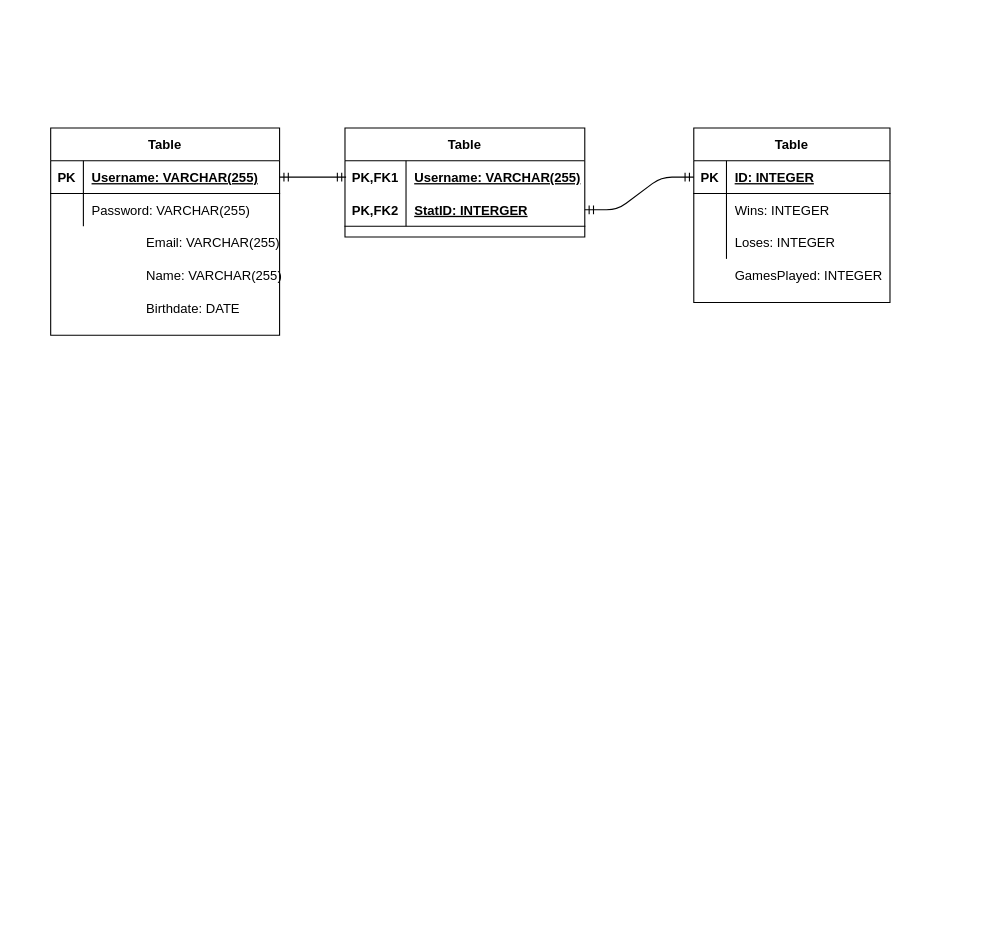
Before: Dokumentation/RDS-Diagram.drawio in MarcusBou/KortKlubben, a draw.io diagram. Source tidied: cells renumbered, new cells numbered last; positions are measured from the earlier drawing's top-left corner, leaving out a move shared by most shapes. Both pictures are drawn from the tidied source at 109%, with x=0, y=0 at pixel (50, 128).
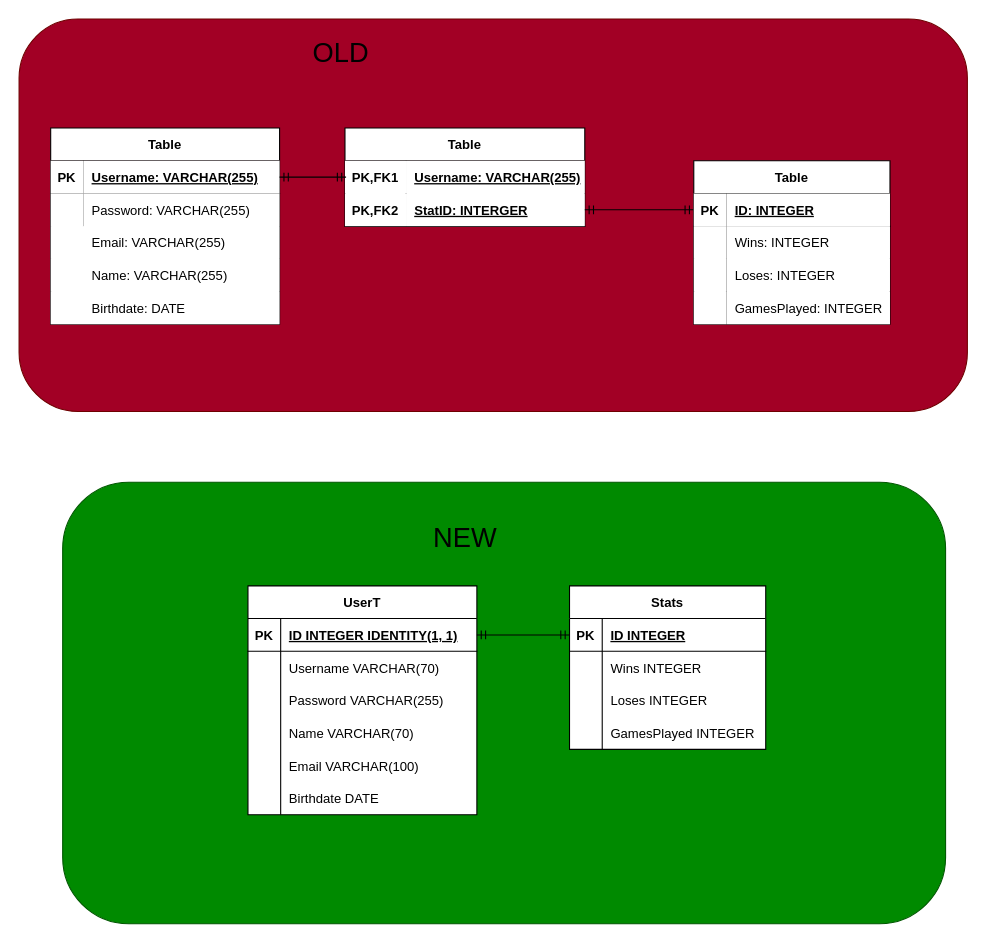
The same page after the edit.

The change refers to these unchanged cells:
```xml
<mxCell id="13" style="shape=partialRectangle;fillColor=none;top=0;left=0;bottom=1;right=0;points=[[0,0.5],[1,0.5]];portConstraint=eastwest;" parent="12" vertex="1">
  <mxGeometry y="30" width="210" height="30" as="geometry" />
</mxCell>
<mxCell id="16" style="shape=partialRectangle;fillColor=none;top=0;left=0;bottom=0;right=0;" parent="12" vertex="1">
  <mxGeometry y="60" width="210" height="30" as="geometry" />
</mxCell>
<mxCell id="20" style="shape=partialRectangle;fillColor=none;top=0;left=0;bottom=0;right=0;" parent="19" vertex="1">
  <mxGeometry y="30" width="220" height="30" as="geometry" />
</mxCell>
<mxCell id="23" style="shape=partialRectangle;fillColor=none;top=0;left=0;bottom=1;right=0;points=[[0,0.5],[1,0.5]];portConstraint=eastwest;" parent="19" vertex="1">
  <mxGeometry y="60" width="220" height="30" as="geometry" />
</mxCell>
```

Change to the diagram source:
```diff
@@
-    <mxCell id="2" value="Table" style="shape=table;startSize=30;childLayout=tableLayout;rowLines=0;fontStyle=1;align=center;" parent="1" vertex="1">
-      <mxGeometry x="590" width="180" height="160" as="geometry" />
-    </mxCell>
-    <mxCell id="3" style="shape=partialRectangle;fillColor=none;top=0;left=0;bottom=1;right=0;points=[[0,0.5],[1,0.5]];portConstraint=eastwest;" parent="2" vertex="1">
-      <mxGeometry y="30" width="180" height="30" as="geometry" />
-    </mxCell>
-    <mxCell id="4" value="PK" style="shape=partialRectangle;fillColor=none;top=0;left=0;bottom=0;right=0;fontStyle=1;overflow=hidden;" parent="3" vertex="1">
-      <mxGeometry width="30" height="30" as="geometry" />
-    </mxCell>
-    <mxCell id="5" value="ID: INTEGER" style="shape=partialRectangle;fillColor=none;top=0;left=0;bottom=0;right=0;align=left;spacingLeft=6;fontStyle=5;overflow=hidden;" parent="3" vertex="1">
-      <mxGeometry x="30" width="150" height="30" as="geometry" />
-    </mxCell>
-    <mxCell id="6" style="shape=partialRectangle;fillColor=none;top=0;left=0;bottom=0;right=0;" parent="2" vertex="1">
-      <mxGeometry y="60" width="180" height="30" as="geometry" />
-    </mxCell>
-    <mxCell id="7" style="shape=partialRectangle;fillColor=none;top=0;left=0;bottom=0;right=0;overflow=hidden;" parent="6" vertex="1">
-      <mxGeometry width="30" height="30" as="geometry" />
-    </mxCell>
-    <mxCell id="8" value="Wins: INTEGER" style="shape=partialRectangle;fillColor=none;top=0;left=0;bottom=0;right=0;align=left;spacingLeft=6;overflow=hidden;" parent="6" vertex="1">
-      <mxGeometry x="30" width="150" height="30" as="geometry" />
-    </mxCell>
-    <mxCell id="9" style="shape=partialRectangle;fillColor=none;top=0;left=0;bottom=0;right=0;" parent="2" vertex="1">
-      <mxGeometry y="90" width="180" height="30" as="geometry" />
-    </mxCell>
-    <mxCell id="10" style="shape=partialRectangle;fillColor=none;top=0;left=0;bottom=0;right=0;overflow=hidden;" parent="9" vertex="1">
-      <mxGeometry width="30" height="30" as="geometry" />
-    </mxCell>
-    <mxCell id="11" value="Loses: INTEGER" style="shape=partialRectangle;fillColor=none;top=0;left=0;bottom=0;right=0;align=left;spacingLeft=6;overflow=hidden;" parent="9" vertex="1">
-      <mxGeometry x="30" width="150" height="30" as="geometry" />
-    </mxCell>
+    <mxCell id="39" style="rounded=1;whiteSpace=wrap;html=1;fontSize=25;fillColor=#008a00;fontColor=#ffffff;strokeColor=#005700;" parent="1" vertex="1">
+      <mxGeometry x="11" y="325" width="810" height="405" as="geometry" />
+    </mxCell>
+    <mxCell id="40" style="rounded=1;whiteSpace=wrap;html=1;fillColor=#a20025;fontColor=#ffffff;strokeColor=#6F0000;" parent="1" vertex="1">
+      <mxGeometry x="-29" y="-100" width="870" height="360" as="geometry" />
+    </mxCell>
-    <mxCell id="12" value="Table" style="shape=table;startSize=30;childLayout=tableLayout;rowLines=0;fontStyle=1;align=center;" parent="1" vertex="1">
-      <mxGeometry width="210" height="190" as="geometry" />
+    <mxCell id="12" value="Table" style="shape=table;startSize=30;childLayout=tableLayout;rowLines=0;fontStyle=1;align=center;swimlaneFillColor=default;" parent="1" vertex="1">
+      <mxGeometry width="210" height="180" as="geometry" />
     </mxCell>
@@
-    <mxCell id="14" value="PK" style="shape=partialRectangle;fillColor=none;top=0;left=0;bottom=0;right=0;fontStyle=1;overflow=hidden;" parent="13" vertex="1">
+    <mxCell id="14" value="PK" style="shape=partialRectangle;top=0;left=0;bottom=0;right=0;fontStyle=1;overflow=hidden;" parent="13" vertex="1">
       <mxGeometry width="30" height="30" as="geometry" />
     </mxCell>
-    <mxCell id="15" value="Username: VARCHAR(255)" style="shape=partialRectangle;fillColor=none;top=0;left=0;bottom=0;right=0;align=left;spacingLeft=6;fontStyle=5;overflow=hidden;" parent="13" vertex="1">
+    <mxCell id="15" value="Username: VARCHAR(255)" style="shape=partialRectangle;top=0;left=0;bottom=0;right=0;align=left;spacingLeft=6;fontStyle=5;overflow=hidden;" parent="13" vertex="1">
       <mxGeometry x="30" width="180" height="30" as="geometry" />
     </mxCell>
@@
-    <mxCell id="17" style="shape=partialRectangle;fillColor=none;top=0;left=0;bottom=0;right=0;overflow=hidden;" parent="16" vertex="1">
+    <mxCell id="17" style="shape=partialRectangle;top=0;left=0;bottom=0;right=0;overflow=hidden;" parent="16" vertex="1">
       <mxGeometry width="30" height="30" as="geometry" />
     </mxCell>
-    <mxCell id="18" value="Password: VARCHAR(255)" style="shape=partialRectangle;fillColor=none;top=0;left=0;bottom=0;right=0;align=left;spacingLeft=6;overflow=hidden;" parent="16" vertex="1">
+    <mxCell id="18" value="Password: VARCHAR(255)" style="shape=partialRectangle;top=0;left=0;bottom=0;right=0;align=left;spacingLeft=6;overflow=hidden;" parent="16" vertex="1">
       <mxGeometry x="30" width="180" height="30" as="geometry" />
     </mxCell>
-    <mxCell id="19" value="Table" style="shape=table;startSize=30;childLayout=tableLayout;rowLines=0;fontStyle=1;align=center;" parent="1" vertex="1">
-      <mxGeometry x="270" width="220" height="100" as="geometry" />
+    <mxCell id="19" value="Table" style="shape=table;startSize=30;childLayout=tableLayout;rowLines=0;fontStyle=1;align=center;swimlaneFillColor=default;" parent="1" vertex="1">
+      <mxGeometry x="270" width="220" height="90" as="geometry" />
     </mxCell>
@@
-    <mxCell id="21" value="PK,FK1" style="shape=partialRectangle;fillColor=none;top=0;left=0;bottom=0;right=0;fontStyle=1;overflow=hidden;" parent="20" vertex="1">
+    <mxCell id="21" value="PK,FK1" style="shape=partialRectangle;top=0;left=0;bottom=0;right=0;fontStyle=1;overflow=hidden;" parent="20" vertex="1">
       <mxGeometry width="56" height="30" as="geometry" />
     </mxCell>
-    <mxCell id="22" value="Username: VARCHAR(255)" style="shape=partialRectangle;fillColor=none;top=0;left=0;bottom=0;right=0;align=left;spacingLeft=6;fontStyle=5;overflow=hidden;" parent="20" vertex="1">
+    <mxCell id="22" value="Username: VARCHAR(255)" style="shape=partialRectangle;top=0;left=0;bottom=0;right=0;align=left;spacingLeft=6;fontStyle=5;overflow=hidden;" parent="20" vertex="1">
       <mxGeometry x="56" width="164" height="30" as="geometry" />
     </mxCell>
@@
-    <mxCell id="24" value="PK,FK2" style="shape=partialRectangle;fillColor=none;top=0;left=0;bottom=0;right=0;fontStyle=1;overflow=hidden;" parent="23" vertex="1">
+    <mxCell id="24" value="PK,FK2" style="shape=partialRectangle;top=0;left=0;bottom=0;right=0;fontStyle=1;overflow=hidden;" parent="23" vertex="1">
       <mxGeometry width="56" height="30" as="geometry" />
     </mxCell>
-    <mxCell id="25" value="StatID: INTERGER" style="shape=partialRectangle;fillColor=none;top=0;left=0;bottom=0;right=0;align=left;spacingLeft=6;fontStyle=5;overflow=hidden;" parent="23" vertex="1">
+    <mxCell id="25" value="StatID: INTERGER" style="shape=partialRectangle;top=0;left=0;bottom=0;right=0;align=left;spacingLeft=6;fontStyle=5;overflow=hidden;" parent="23" vertex="1">
       <mxGeometry x="56" width="164" height="30" as="geometry" />
     </mxCell>
@@
-    <mxCell id="28" style="shape=partialRectangle;fillColor=none;top=0;left=0;bottom=0;right=0;" parent="1" vertex="1">
-      <mxGeometry x="50" y="90" width="210" height="30" as="geometry" />
+    <mxCell id="28" style="shape=partialRectangle;top=0;left=0;bottom=0;right=0;" parent="1" vertex="1">
+      <mxGeometry y="90" width="210" height="30" as="geometry" />
     </mxCell>
@@
-    <mxCell id="31" style="shape=partialRectangle;fillColor=none;top=0;left=0;bottom=0;right=0;" parent="1" vertex="1">
-      <mxGeometry x="50" y="120" width="210" height="30" as="geometry" />
+    <mxCell id="31" style="shape=partialRectangle;top=0;left=0;bottom=0;right=0;" parent="1" vertex="1">
+      <mxGeometry y="120" width="210" height="30" as="geometry" />
     </mxCell>
@@
-    <mxCell id="34" style="shape=partialRectangle;fillColor=none;top=0;left=0;bottom=0;right=0;" parent="1" vertex="1">
-      <mxGeometry x="50" y="150" width="210" height="30" as="geometry" />
+    <mxCell id="34" style="shape=partialRectangle;top=0;left=0;bottom=0;right=0;" parent="1" vertex="1">
+      <mxGeometry y="150" width="210" height="30" as="geometry" />
     </mxCell>
@@
+    <mxCell id="41" value="Stats" style="shape=table;startSize=30;childLayout=tableLayout;rowLines=0;fontStyle=1;align=center;swimlaneFillColor=default;" parent="1" vertex="1">
+      <mxGeometry x="476" y="420" width="180" height="150" as="geometry" />
+    </mxCell>
+    <mxCell id="42" style="shape=partialRectangle;fillColor=none;top=0;left=0;bottom=1;right=0;points=[[0,0.5],[1,0.5]];portConstraint=eastwest;" parent="41" vertex="1">
+      <mxGeometry y="30" width="180" height="30" as="geometry" />
+    </mxCell>
+    <mxCell id="43" value="PK" style="shape=partialRectangle;fillColor=none;top=0;left=0;bottom=0;right=0;fontStyle=1;overflow=hidden;" parent="42" vertex="1">
+      <mxGeometry width="30" height="30" as="geometry" />
+    </mxCell>
+    <mxCell id="44" value="ID INTEGER" style="shape=partialRectangle;fillColor=none;top=0;left=0;bottom=0;right=0;align=left;spacingLeft=6;fontStyle=5;overflow=hidden;" parent="42" vertex="1">
+      <mxGeometry x="30" width="150" height="30" as="geometry" />
+    </mxCell>
+    <mxCell id="45" style="shape=partialRectangle;fillColor=none;top=0;left=0;bottom=0;right=0;" parent="41" vertex="1">
+      <mxGeometry y="60" width="180" height="30" as="geometry" />
+    </mxCell>
+    <mxCell id="46" style="shape=partialRectangle;fillColor=none;top=0;left=0;bottom=0;right=0;overflow=hidden;" parent="45" vertex="1">
+      <mxGeometry width="30" height="30" as="geometry" />
+    </mxCell>
+    <mxCell id="47" value="Wins INTEGER" style="shape=partialRectangle;fillColor=none;top=0;left=0;bottom=0;right=0;align=left;spacingLeft=6;overflow=hidden;" parent="45" vertex="1">
+      <mxGeometry x="30" width="150" height="30" as="geometry" />
+    </mxCell>
+    <mxCell id="48" style="shape=partialRectangle;fillColor=none;top=0;left=0;bottom=0;right=0;" parent="41" vertex="1">
+      <mxGeometry y="90" width="180" height="30" as="geometry" />
+    </mxCell>
+    <mxCell id="49" style="shape=partialRectangle;fillColor=none;top=0;left=0;bottom=0;right=0;overflow=hidden;" parent="48" vertex="1">
+      <mxGeometry width="30" height="30" as="geometry" />
+    </mxCell>
+    <mxCell id="50" value="Loses INTEGER" style="shape=partialRectangle;fillColor=none;top=0;left=0;bottom=0;right=0;align=left;spacingLeft=6;overflow=hidden;" parent="48" vertex="1">
+      <mxGeometry x="30" width="150" height="30" as="geometry" />
+    </mxCell>
+    <mxCell id="51" style="shape=partialRectangle;fillColor=none;top=0;left=0;bottom=0;right=0;" parent="41" vertex="1">
+      <mxGeometry y="120" width="180" height="30" as="geometry" />
+    </mxCell>
+    <mxCell id="52" style="shape=partialRectangle;fillColor=none;top=0;left=0;bottom=0;right=0;overflow=hidden;" parent="51" vertex="1">
+      <mxGeometry width="30" height="30" as="geometry" />
+    </mxCell>
+    <mxCell id="53" value="GamesPlayed INTEGER" style="shape=partialRectangle;fillColor=none;top=0;left=0;bottom=0;right=0;align=left;spacingLeft=6;overflow=hidden;" parent="51" vertex="1">
+      <mxGeometry x="30" width="150" height="30" as="geometry" />
+    </mxCell>
+    <mxCell id="54" value="UserT" style="shape=table;startSize=30;childLayout=tableLayout;rowLines=0;fontStyle=1;align=center;gradientColor=none;swimlaneFillColor=default;" parent="1" vertex="1">
+      <mxGeometry x="181" y="420" width="210" height="210" as="geometry" />
+    </mxCell>
+    <mxCell id="55" style="shape=partialRectangle;fillColor=none;top=0;left=0;bottom=1;right=0;points=[[0,0.5],[1,0.5]];portConstraint=eastwest;" parent="54" vertex="1">
+      <mxGeometry y="30" width="210" height="30" as="geometry" />
+    </mxCell>
+    <mxCell id="56" value="PK" style="shape=partialRectangle;fillColor=none;top=0;left=0;bottom=0;right=0;fontStyle=1;overflow=hidden;" parent="55" vertex="1">
+      <mxGeometry width="30" height="30" as="geometry" />
+    </mxCell>
+    <mxCell id="57" value="ID INTEGER IDENTITY(1, 1)" style="shape=partialRectangle;fillColor=none;top=0;left=0;bottom=0;right=0;align=left;spacingLeft=6;fontStyle=5;overflow=hidden;" parent="55" vertex="1">
+      <mxGeometry x="30" width="180" height="30" as="geometry" />
+    </mxCell>
+    <mxCell id="58" style="shape=partialRectangle;fillColor=none;top=0;left=0;bottom=0;right=0;" parent="54" vertex="1">
+      <mxGeometry y="60" width="210" height="30" as="geometry" />
+    </mxCell>
+    <mxCell id="59" style="shape=partialRectangle;fillColor=none;top=0;left=0;bottom=0;right=0;overflow=hidden;" parent="58" vertex="1">
+      <mxGeometry width="30" height="30" as="geometry" />
+    </mxCell>
+    <mxCell id="60" value="Username VARCHAR(70)" style="shape=partialRectangle;fillColor=none;top=0;left=0;bottom=0;right=0;align=left;spacingLeft=6;overflow=hidden;" parent="58" vertex="1">
+      <mxGeometry x="30" width="180" height="30" as="geometry" />
+    </mxCell>
+    <mxCell id="61" style="shape=partialRectangle;fillColor=none;top=0;left=0;bottom=0;right=0;" parent="54" vertex="1">
+      <mxGeometry y="90" width="210" height="30" as="geometry" />
+    </mxCell>
+    <mxCell id="62" style="shape=partialRectangle;fillColor=none;top=0;left=0;bottom=0;right=0;overflow=hidden;" parent="61" vertex="1">
+      <mxGeometry width="30" height="30" as="geometry" />
+    </mxCell>
+    <mxCell id="63" value="Password VARCHAR(255)" style="shape=partialRectangle;fillColor=none;top=0;left=0;bottom=0;right=0;align=left;spacingLeft=6;overflow=hidden;" parent="61" vertex="1">
+      <mxGeometry x="30" width="180" height="30" as="geometry" />
+    </mxCell>
+    <mxCell id="64" style="shape=partialRectangle;fillColor=none;top=0;left=0;bottom=0;right=0;" parent="54" vertex="1">
+      <mxGeometry y="120" width="210" height="30" as="geometry" />
+    </mxCell>
+    <mxCell id="65" style="shape=partialRectangle;fillColor=none;top=0;left=0;bottom=0;right=0;overflow=hidden;" parent="64" vertex="1">
+      <mxGeometry width="30" height="30" as="geometry" />
+    </mxCell>
+    <mxCell id="66" value="Name VARCHAR(70)" style="shape=partialRectangle;fillColor=none;top=0;left=0;bottom=0;right=0;align=left;spacingLeft=6;overflow=hidden;" parent="64" vertex="1">
+      <mxGeometry x="30" width="180" height="30" as="geometry" />
+    </mxCell>
+    <mxCell id="67" style="shape=partialRectangle;fillColor=none;top=0;left=0;bottom=0;right=0;" parent="54" vertex="1">
+      <mxGeometry y="150" width="210" height="30" as="geometry" />
+    </mxCell>
+    <mxCell id="68" style="shape=partialRectangle;fillColor=none;top=0;left=0;bottom=0;right=0;overflow=hidden;" parent="67" vertex="1">
+      <mxGeometry width="30" height="30" as="geometry" />
+    </mxCell>
+    <mxCell id="69" value="Email VARCHAR(100)" style="shape=partialRectangle;fillColor=none;top=0;left=0;bottom=0;right=0;align=left;spacingLeft=6;overflow=hidden;" parent="67" vertex="1">
+      <mxGeometry x="30" width="180" height="30" as="geometry" />
+    </mxCell>
+    <mxCell id="70" style="shape=partialRectangle;fillColor=none;top=0;left=0;bottom=0;right=0;" parent="54" vertex="1">
+      <mxGeometry y="180" width="210" height="30" as="geometry" />
+    </mxCell>
+    <mxCell id="71" style="shape=partialRectangle;fillColor=none;top=0;left=0;bottom=0;right=0;overflow=hidden;" parent="70" vertex="1">
+      <mxGeometry width="30" height="30" as="geometry" />
+    </mxCell>
+    <mxCell id="72" value="Birthdate DATE" style="shape=partialRectangle;fillColor=none;top=0;left=0;bottom=0;right=0;align=left;spacingLeft=6;overflow=hidden;" parent="70" vertex="1">
+      <mxGeometry x="30" width="180" height="30" as="geometry" />
+    </mxCell>
+    <mxCell id="73" style="edgeStyle=entityRelationEdgeStyle;fontSize=12;html=1;endArrow=ERmandOne;startArrow=ERmandOne;entryX=0;entryY=0.5;entryDx=0;entryDy=0;exitX=1;exitY=0.5;exitDx=0;exitDy=0;" parent="1" edge="1" source="55" target="42">
+      <mxGeometry relative="1" as="geometry" />
+    </mxCell>
+    <mxCell id="74" value="&lt;font style=&quot;font-size: 25px;&quot;&gt;OLD&lt;/font&gt;" style="text;html=1;align=center;verticalAlign=middle;strokeColor=none;fillColor=none;" parent="1" vertex="1">
+      <mxGeometry x="231" y="-80" width="70" height="20" as="geometry" />
+    </mxCell>
+    <mxCell id="2" value="Table" style="shape=table;startSize=30;childLayout=tableLayout;rowLines=0;fontStyle=1;align=center;swimlaneFillColor=default;" parent="1" vertex="1">
+      <mxGeometry x="590" y="30" width="180" height="150" as="geometry" />
+    </mxCell>
+    <mxCell id="3" style="shape=partialRectangle;fillColor=none;top=0;left=0;bottom=1;right=0;points=[[0,0.5],[1,0.5]];portConstraint=eastwest;" parent="2" vertex="1">
+      <mxGeometry y="30" width="180" height="30" as="geometry" />
+    </mxCell>
+    <mxCell id="4" value="PK" style="shape=partialRectangle;top=0;left=0;bottom=0;right=0;fontStyle=1;overflow=hidden;" parent="3" vertex="1">
+      <mxGeometry width="30" height="30" as="geometry" />
+    </mxCell>
+    <mxCell id="5" value="ID: INTEGER" style="shape=partialRectangle;top=0;left=0;bottom=0;right=0;align=left;spacingLeft=6;fontStyle=5;overflow=hidden;" parent="3" vertex="1">
+      <mxGeometry x="30" width="150" height="30" as="geometry" />
+    </mxCell>
+    <mxCell id="6" style="shape=partialRectangle;fillColor=none;top=0;left=0;bottom=0;right=0;" parent="2" vertex="1">
+      <mxGeometry y="60" width="180" height="30" as="geometry" />
+    </mxCell>
+    <mxCell id="7" style="shape=partialRectangle;top=0;left=0;bottom=0;right=0;overflow=hidden;" parent="6" vertex="1">
+      <mxGeometry width="30" height="30" as="geometry" />
+    </mxCell>
+    <mxCell id="8" value="Wins: INTEGER" style="shape=partialRectangle;top=0;left=0;bottom=0;right=0;align=left;spacingLeft=6;overflow=hidden;" parent="6" vertex="1">
+      <mxGeometry x="30" width="150" height="30" as="geometry" />
+    </mxCell>
+    <mxCell id="9" style="shape=partialRectangle;fillColor=none;top=0;left=0;bottom=0;right=0;" parent="2" vertex="1">
+      <mxGeometry y="90" width="180" height="30" as="geometry" />
+    </mxCell>
+    <mxCell id="10" style="shape=partialRectangle;top=0;left=0;bottom=0;right=0;overflow=hidden;" parent="9" vertex="1">
+      <mxGeometry width="30" height="30" as="geometry" />
+    </mxCell>
+    <mxCell id="11" value="Loses: INTEGER" style="shape=partialRectangle;top=0;left=0;bottom=0;right=0;align=left;spacingLeft=6;overflow=hidden;" parent="9" vertex="1">
+      <mxGeometry x="30" width="150" height="30" as="geometry" />
+    </mxCell>
+    <mxCell id="75" style="shape=partialRectangle;fillColor=none;top=0;left=0;bottom=0;right=0;" parent="2" vertex="1">
+      <mxGeometry y="120" width="180" height="30" as="geometry" />
+    </mxCell>
+    <mxCell id="76" style="shape=partialRectangle;top=0;left=0;bottom=0;right=0;overflow=hidden;" parent="75" vertex="1">
+      <mxGeometry width="30" height="30" as="geometry" />
+    </mxCell>
-    <mxCell id="38" value="GamesPlayed: INTEGER" style="shape=partialRectangle;fillColor=none;top=0;left=0;bottom=0;right=0;align=left;spacingLeft=6;overflow=hidden;" parent="1" vertex="1">
-      <mxGeometry x="620" y="120" width="150" height="30" as="geometry" />
+    <mxCell id="38" value="GamesPlayed: INTEGER" style="shape=partialRectangle;top=0;left=0;bottom=0;right=0;align=left;spacingLeft=6;overflow=hidden;" parent="75" vertex="1">
+      <mxGeometry x="30" width="150" height="30" as="geometry" />
     </mxCell>
+    <mxCell id="77" value="NEW" style="text;html=1;align=center;verticalAlign=middle;strokeColor=none;fillColor=none;fontSize=25;" parent="1" vertex="1">
+      <mxGeometry x="345" y="355" width="70" height="40" as="geometry" />
+    </mxCell>
```
